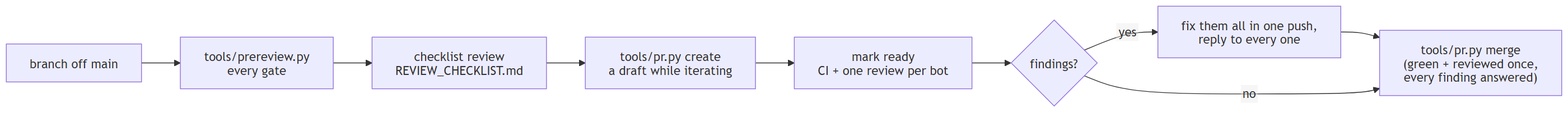
Before: docs/figures/diagrams/contributing_pr_flow.png, a diagram exported from Mermaid (myersben9/fdia-graph). Its source is kept beside it as docs/figures/diagrams/contributing_pr_flow.mmd.
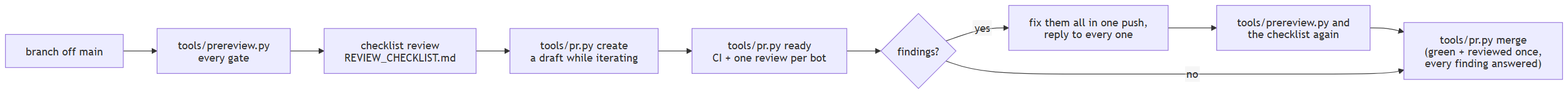
After the change.

Commit message:
Review fixes: one column per family, review-body findings in the merge gate, the post-fix gate in the PR flow

The edit, as a diff of the source:
```diff
@@ -2,8 +2,9 @@
     A[branch off main] --> B["tools/prereview.py<br/>every gate"]
     B --> C[checklist review<br/>REVIEW_CHECKLIST.md]
     C --> D["tools/pr.py create<br/>a draft while iterating"]
-    D --> E["mark ready<br/>CI + one review per bot"]
+    D --> E["tools/pr.py ready<br/>CI + one review per bot"]
     E --> F{findings?}
     F -- yes --> G[fix them all in one push,<br/>reply to every one]
-    G --> H
+    G --> R["tools/prereview.py and<br/>the checklist again"]
+    R --> H
     F -- no --> H["tools/pr.py merge<br/>(green + reviewed once,<br/>every finding answered)"]
```
